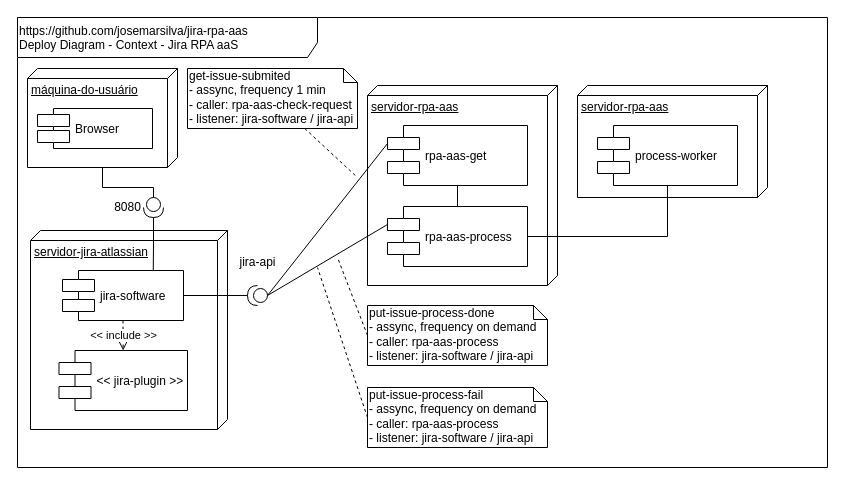
Earlier version of the draw.io diagram doc/DeployDiagram - Context.drawio (josemarsilva/jira-rpa-aas). Source tidied: cells renumbered, new cells numbered last; positions are measured from the earlier drawing's top-left corner, leaving out a move shared by most shapes. Both pictures are drawn from the tidied source at 100%, with x=0, y=0 at pixel (17, 17).
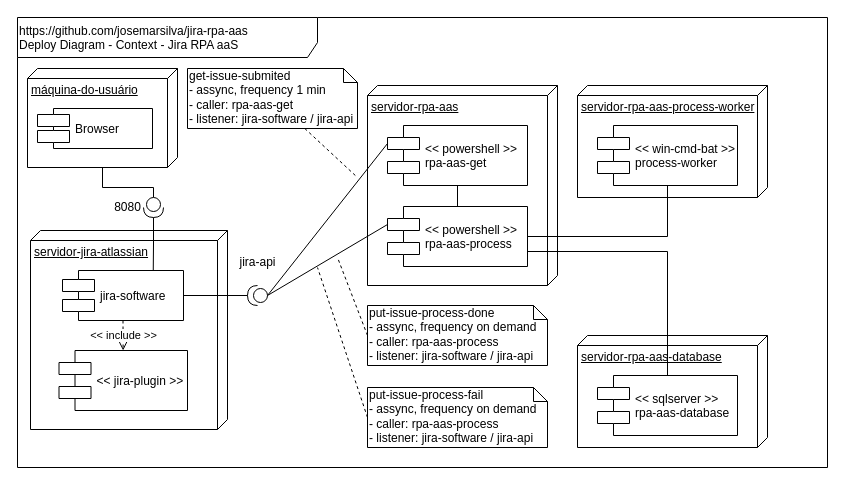
Above is the later version.

What changed in the source:
```diff
@@
-    <mxCell id="15" value="rpa-aas-get" style="shape=component;align=left;spacingLeft=36;" parent="1" vertex="1">
+    <mxCell id="15" value="&lt;&lt; powershell &gt;&gt;&#10;rpa-aas-get" style="shape=component;align=left;spacingLeft=36;" parent="1" vertex="1">
       <mxGeometry x="370" y="108" width="140" height="60" as="geometry" />
     </mxCell>
@@
-    <mxCell id="20" value="rpa-aas-process" style="shape=component;align=left;spacingLeft=36;" parent="1" vertex="1">
+    <mxCell id="20" value="&lt;&lt; powershell &gt;&gt;&#10;rpa-aas-process" style="shape=component;align=left;spacingLeft=36;" parent="1" vertex="1">
       <mxGeometry x="370" y="189" width="140" height="60" as="geometry" />
     </mxCell>
@@
-    <mxCell id="23" value="get-issue-submited&lt;br&gt;- assync, frequency 1 min&lt;br&gt;- caller:&amp;nbsp;&lt;span style=&quot;white-space: nowrap&quot;&gt;rpa-aas-check-&lt;/span&gt;&lt;span style=&quot;white-space: nowrap&quot;&gt;request&lt;/span&gt;&lt;br&gt;- listener: jira-software / jira-api" style="shape=note;whiteSpace=wrap;html=1;size=14;verticalAlign=top;align=left;spacingTop=-6;" parent="1" vertex="1">
+    <mxCell id="23" value="get-issue-submited&lt;br&gt;- assync, frequency 1 min&lt;br&gt;- caller:&amp;nbsp;&lt;span style=&quot;white-space: nowrap&quot;&gt;rpa-aas-get&lt;/span&gt;&lt;br&gt;- listener: jira-software / jira-api" style="shape=note;whiteSpace=wrap;html=1;size=14;verticalAlign=top;align=left;spacingTop=-6;" parent="1" vertex="1">
       <mxGeometry x="170" y="51" width="170" height="60" as="geometry" />
     </mxCell>
@@
-    <mxCell id="28" value="servidor-rpa-aas" style="verticalAlign=top;align=left;spacingTop=8;spacingLeft=2;spacingRight=12;shape=cube;size=10;direction=south;fontStyle=4;html=1;" parent="1" vertex="1">
+    <mxCell id="28" value="servidor-rpa-aas-process-worker" style="verticalAlign=top;align=left;spacingTop=8;spacingLeft=2;spacingRight=12;shape=cube;size=10;direction=south;fontStyle=4;html=1;" parent="1" vertex="1">
       <mxGeometry x="560" y="68" width="190" height="112" as="geometry" />
     </mxCell>
-    <mxCell id="29" value="process-worker" style="shape=component;align=left;spacingLeft=36;" parent="1" vertex="1">
+    <mxCell id="29" value="&lt;&lt; win-cmd-bat &gt;&gt;&#10;process-worker" style="shape=component;align=left;spacingLeft=36;" parent="1" vertex="1">
       <mxGeometry x="580" y="108" width="140" height="60" as="geometry" />
     </mxCell>
@@
+    <mxCell id="31" value="servidor-rpa-aas-database" style="verticalAlign=top;align=left;spacingTop=8;spacingLeft=2;spacingRight=12;shape=cube;size=10;direction=south;fontStyle=4;html=1;" parent="1" vertex="1">
+      <mxGeometry x="560" y="318" width="190" height="112" as="geometry" />
+    </mxCell>
+    <mxCell id="32" value="&lt;&lt; sqlserver &gt;&gt;&#10;rpa-aas-database" style="shape=component;align=left;spacingLeft=36;" parent="1" vertex="1">
+      <mxGeometry x="580" y="358" width="140" height="60" as="geometry" />
+    </mxCell>
+    <mxCell id="33" style="edgeStyle=orthogonalEdgeStyle;rounded=0;jettySize=auto;html=1;entryX=0.5;entryY=0;entryDx=0;entryDy=0;endArrow=none;endFill=0;exitX=1;exitY=0.75;exitDx=0;exitDy=0;" parent="1" edge="1" source="20" target="32">
+      <mxGeometry relative="1" as="geometry" />
+    </mxCell>
```
